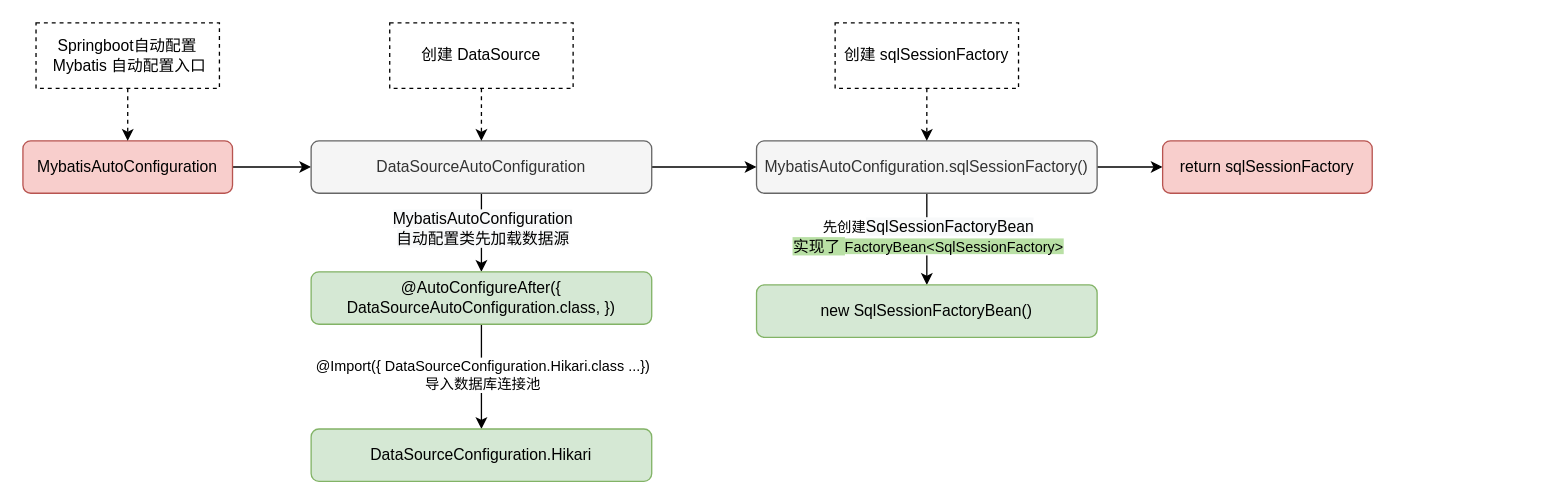
Earlier version of the draw.io diagram Spring/Mybatis-source.drawio (oliverschen/draw.io). Source tidied: cells renumbered, new cells numbered last; positions are measured from the earlier drawing's top-left corner, leaving out a move shared by most shapes. Both pictures are drawn from the tidied source at 131%, with x=0, y=0 at pixel (22, 22).
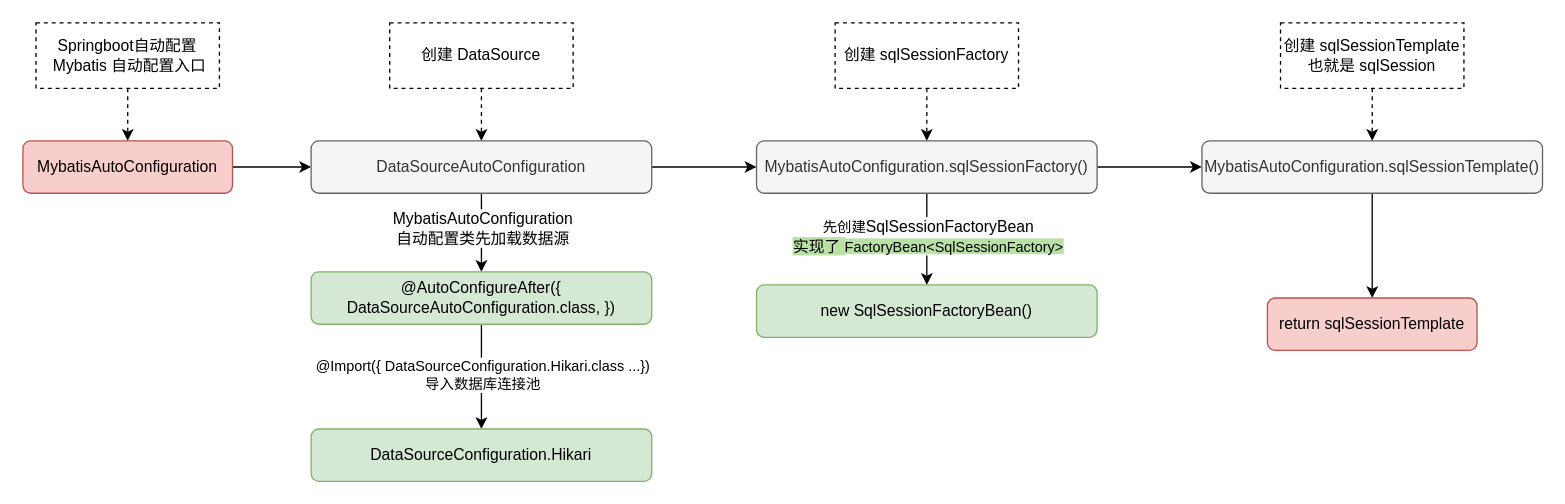
After the change.

The change refers to these unchanged cells:
```xml
<mxCell id="9" value="MybatisAutoConfiguration.sqlSessionFactory()" style="rounded=1;whiteSpace=wrap;html=1;strokeColor=#666666;fillColor=#f5f5f5;fontColor=#333333;" parent="1" vertex="1">
  <mxGeometry x="560" y="90" width="260" height="40" as="geometry" />
</mxCell>
```

What changed in the source:
```diff
@@
-    <mxCell id="8" style="edgeStyle=orthogonalEdgeStyle;rounded=0;jettySize=auto;html=1;startArrow=none;startFill=0;endArrow=classic;endFill=1;strokeColor=#000000;" parent="1" edge="1" source="9" target="23">
+    <mxCell id="8" style="edgeStyle=orthogonalEdgeStyle;rounded=0;jettySize=auto;html=1;startArrow=none;startFill=0;endArrow=classic;endFill=1;strokeColor=#000000;exitX=0.5;exitY=1;exitDx=0;exitDy=0;" parent="1" edge="1" source="25" target="23">
       <mxGeometry relative="1" as="geometry" />
     </mxCell>
+    <mxCell id="24" style="edgeStyle=orthogonalEdgeStyle;rounded=0;jettySize=auto;html=1;startArrow=none;startFill=0;endArrow=classic;endFill=1;strokeColor=#000000;" parent="1" edge="1" source="9" target="25">
+      <mxGeometry relative="1" as="geometry" />
+    </mxCell>
@@
-    <mxCell id="23" value="return&amp;nbsp;sqlSessionFactory" style="rounded=1;whiteSpace=wrap;html=1;strokeColor=#b85450;fillColor=#f8cecc;" parent="1" vertex="1">
-      <mxGeometry x="870" y="90" width="160" height="40" as="geometry" />
+    <mxCell id="23" value="return sqlSessionTemplate" style="rounded=1;whiteSpace=wrap;html=1;strokeColor=#b85450;fillColor=#f8cecc;" parent="1" vertex="1">
+      <mxGeometry x="950" y="210" width="160" height="40" as="geometry" />
     </mxCell>
+    <mxCell id="25" value="MybatisAutoConfiguration.sqlSessionTemplate()" style="rounded=1;whiteSpace=wrap;html=1;strokeColor=#666666;fillColor=#f5f5f5;fontColor=#333333;" parent="1" vertex="1">
+      <mxGeometry x="900" y="90" width="260" height="40" as="geometry" />
+    </mxCell>
+    <mxCell id="26" style="edgeStyle=orthogonalEdgeStyle;rounded=0;jettySize=auto;html=1;startArrow=none;startFill=0;endArrow=classic;endFill=1;strokeColor=#000000;dashed=1;" parent="1" edge="1" source="27" target="25">
+      <mxGeometry relative="1" as="geometry" />
+    </mxCell>
+    <mxCell id="27" value="创建 sqlSessionTemplate&lt;br&gt;也就是 sqlSession" style="text;html=1;fillColor=none;align=center;verticalAlign=middle;whiteSpace=wrap;rounded=0;dashed=1;strokeColor=#000000;" parent="1" vertex="1">
+      <mxGeometry x="960" width="140" height="50" as="geometry" />
+    </mxCell>
```
